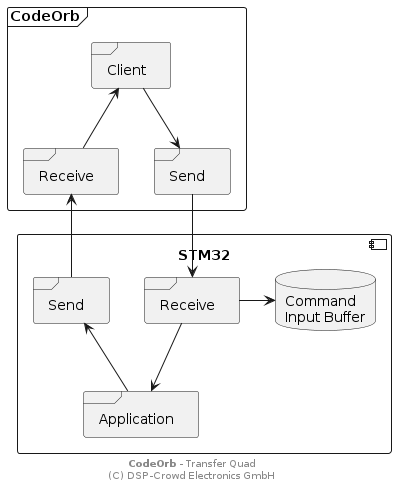
Before: doc/system/transfer-quad.pu.png, a diagram exported from PlantUML (NoOrientationProgramming/code-orb).
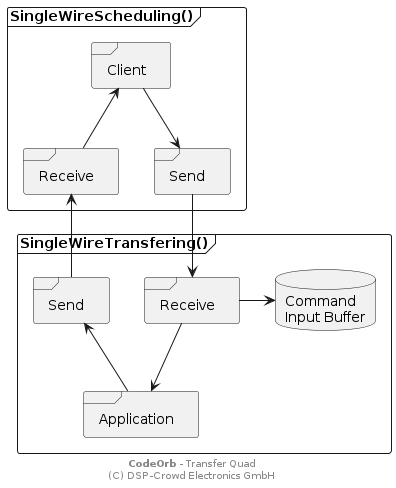
Above is the later version.

The edit, as a diff of the source:
```diff
@@ -1,36 +1,36 @@
 @startuml
 
 
-frame "CodeOrb" as pOrb {
+frame "SingleWireScheduling()" as pSched {
 
   frame "Client" as pClient
 
-  frame "Send" as pOrbSend
-  frame "Receive" as pOrbRcv
+  frame "Send" as pSchedSend
+  frame "Receive" as pSchedRcv
 
-  pClient <-- pOrbRcv
-  pClient --> pOrbSend
+  pClient <-- pSchedRcv
+  pClient --> pSchedSend
 
-  pOrbRcv -r[hidden]- pOrbSend
+  pSchedRcv -r[hidden]- pSchedSend
 }
 
-component "STM32" as pStm32 {
+frame "SingleWireTransfering()" as pTarget {
 
   frame "Application" as pApp
 
-  frame "Send" as pStm32Send
-  frame "Receive" as pStm32Rcv
+  frame "Send" as pTargetSend
+  frame "Receive" as pTargetRcv
 
   database "Command\nInput Buffer" as sBufCmd
 
-  pStm32Send <-- pApp
-  pStm32Rcv --> pApp
+  pTargetSend <-- pApp
+  pTargetRcv --> pApp
 
-  pStm32Rcv -> sBufCmd
+  pTargetRcv -> sBufCmd
 }
 
-pOrbSend --> pStm32Rcv
-pOrbRcv <-- pStm32Send
+pSchedSend --> pTargetRcv
+pSchedRcv <-- pTargetSend
 
 footer **CodeOrb** - Transfer Quad\n(C) DSP-Crowd Electronics GmbH
 
```
